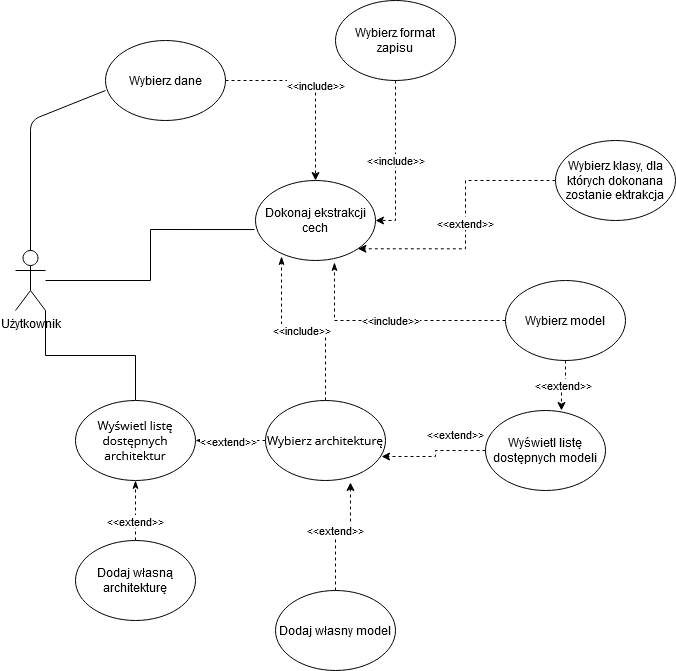
Before: Praca_Inz/pol/usecase.png, a diagram exported from draw.io (Mikohab450/FeatureExtraction). Source tidied: cells renumbered, new cells last; positions are measured from the earlier drawing's top-left corner, leaving out a move shared by most shapes.
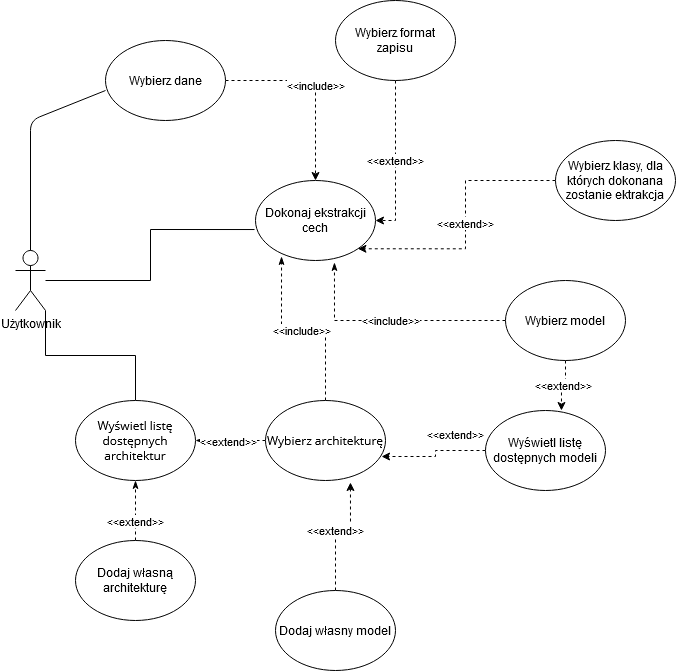
After the commit.

Commit message:
poprawiony use case

Change to the diagram source:
```diff
@@ -55,7 +55,7 @@
     <mxCell id="17" value="Dokonaj ekstrakcji cech" style="ellipse;whiteSpace=wrap;html=1;" parent="1" vertex="1">
       <mxGeometry x="240" y="180" width="120" height="80" as="geometry" />
     </mxCell>
-    <mxCell id="18" value="&amp;lt;&amp;lt;include&amp;gt;&amp;gt;" style="edgeStyle=orthogonalEdgeStyle;rounded=0;jettySize=auto;html=1;entryX=1;entryY=0.5;entryDx=0;entryDy=0;dashed=1;" parent="1" edge="1" source="19" target="17">
+    <mxCell id="18" value="&amp;lt;&amp;lt;extend&amp;gt;&amp;gt;" style="edgeStyle=orthogonalEdgeStyle;rounded=0;jettySize=auto;html=1;entryX=1;entryY=0.5;entryDx=0;entryDy=0;dashed=1;" parent="1" edge="1" source="19" target="17">
       <mxGeometry relative="1" as="geometry" />
     </mxCell>
     <mxCell id="19" value="Wybierz format zapisu" style="ellipse;whiteSpace=wrap;html=1;" parent="1" vertex="1">
```
